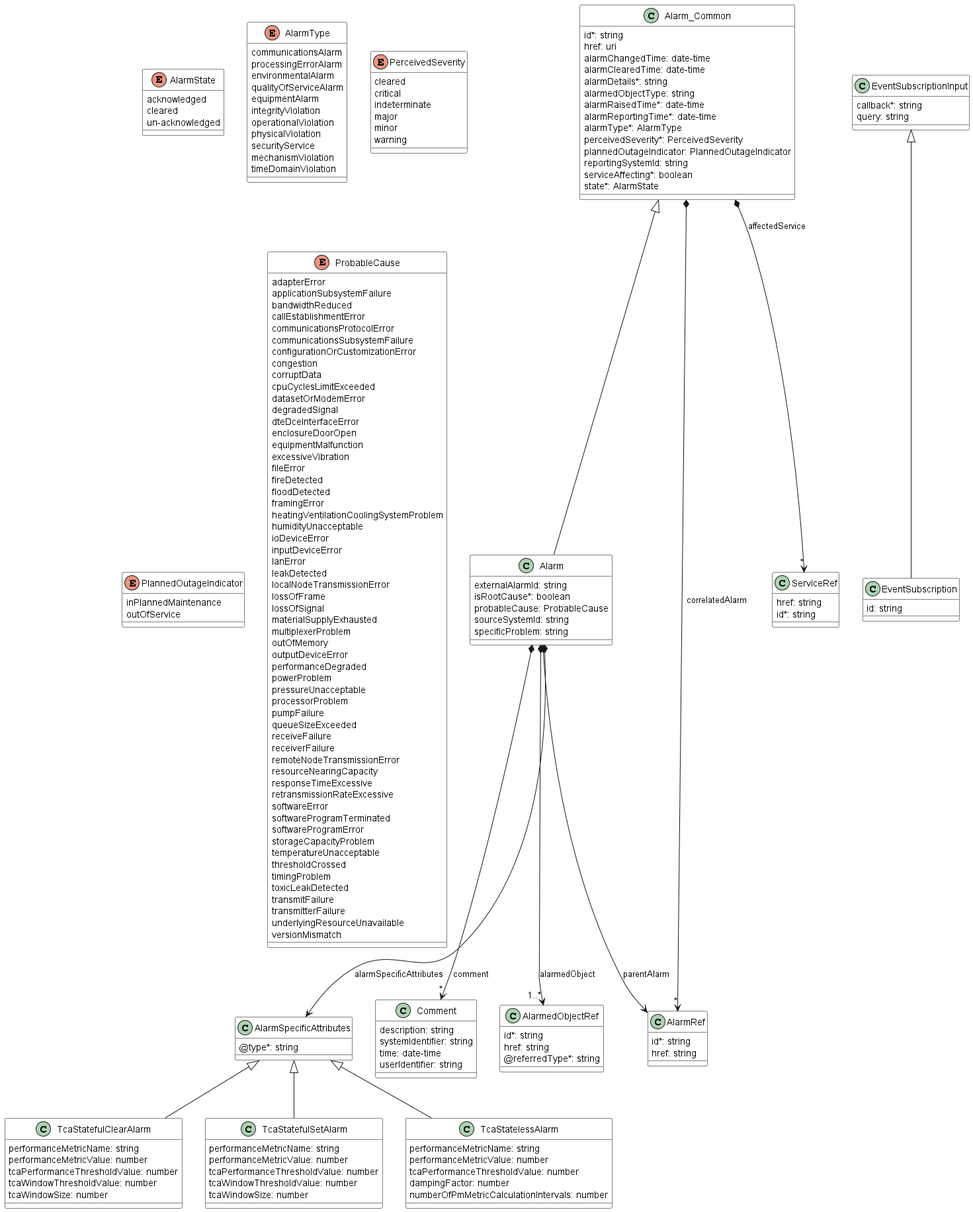
Earlier version of the PlantUML export documentation/serviceApi/alarm/media/alarmDataModel.png (MEF-GIT/MEF-LSO-Legato-SDK).
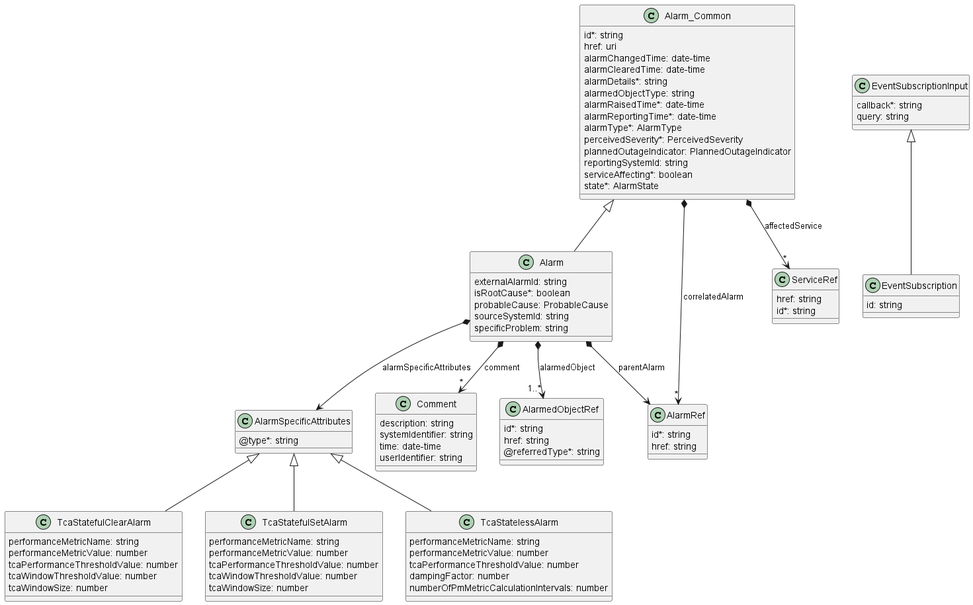
Above is the later version.

Change to the diagram source:
```diff
@@ -1,8 +1,4 @@
 @startuml alarmDataModel
-skinparam {
-    ClassBackgroundColor White
-    ClassBorderColor Black
-}
 
 class Alarm {
 
@@ -43,27 +39,6 @@
 }
 
 
-
-enum AlarmState {
-
-    acknowledged
-    cleared
-    un-acknowledged
-}
-enum AlarmType {
-
-    communicationsAlarm
-    processingErrorAlarm
-    environmentalAlarm
-    qualityOfServiceAlarm
-    equipmentAlarm
-    integrityViolation
-    operationalViolation
-    physicalViolation
-    securityService
-    mechanismViolation
-    timeDomainViolation
-}
 class Alarm_Common {
 
     id*: string
@@ -109,82 +84,6 @@
 }
 
 
-
-enum PerceivedSeverity {
-
-    cleared
-    critical
-    indeterminate
-    major
-    minor
-    warning
-}
-
-enum PlannedOutageIndicator {
-
-    inPlannedMaintenance
-    outOfService
-}
-enum ProbableCause {
-
-    adapterError
-    applicationSubsystemFailure
-    bandwidthReduced
-    callEstablishmentError
-    communicationsProtocolError
-    communicationsSubsystemFailure
-    configurationOrCustomizationError
-    congestion
-    corruptData
-    cpuCyclesLimitExceeded
-    datasetOrModemError
-    degradedSignal
-    dteDceInterfaceError
-    enclosureDoorOpen
-    equipmentMalfunction
-    excessiveVibration
-    fileError
-    fireDetected
-    floodDetected
-    framingError
-    heatingVentilationCoolingSystemProblem
-    humidityUnacceptable
-    ioDeviceError
-    inputDeviceError
-    lanError
-    leakDetected
-    localNodeTransmissionError
-    lossOfFrame
-    lossOfSignal
-    materialSupplyExhausted
-    multiplexerProblem
-    outOfMemory
-    outputDeviceError
-    performanceDegraded
-    powerProblem
-    pressureUnacceptable
-    processorProblem
-    pumpFailure
-    queueSizeExceeded
-    receiveFailure
-    receiverFailure
-    remoteNodeTransmissionError
-    resourceNearingCapacity
-    responseTimeExcessive
-    retransmissionRateExcessive
-    softwareError
-    softwareProgramTerminated
-    softwareProgramError
-    storageCapacityProblem
-    temperatureUnacceptable
-    thresholdCrossed
-    timingProblem
-    toxicLeakDetected
-    transmitFailure
-    transmitterFailure
-    underlyingResourceUnavailable
-    versionMismatch
-}
 class ServiceRef {
 
     href: string
```
